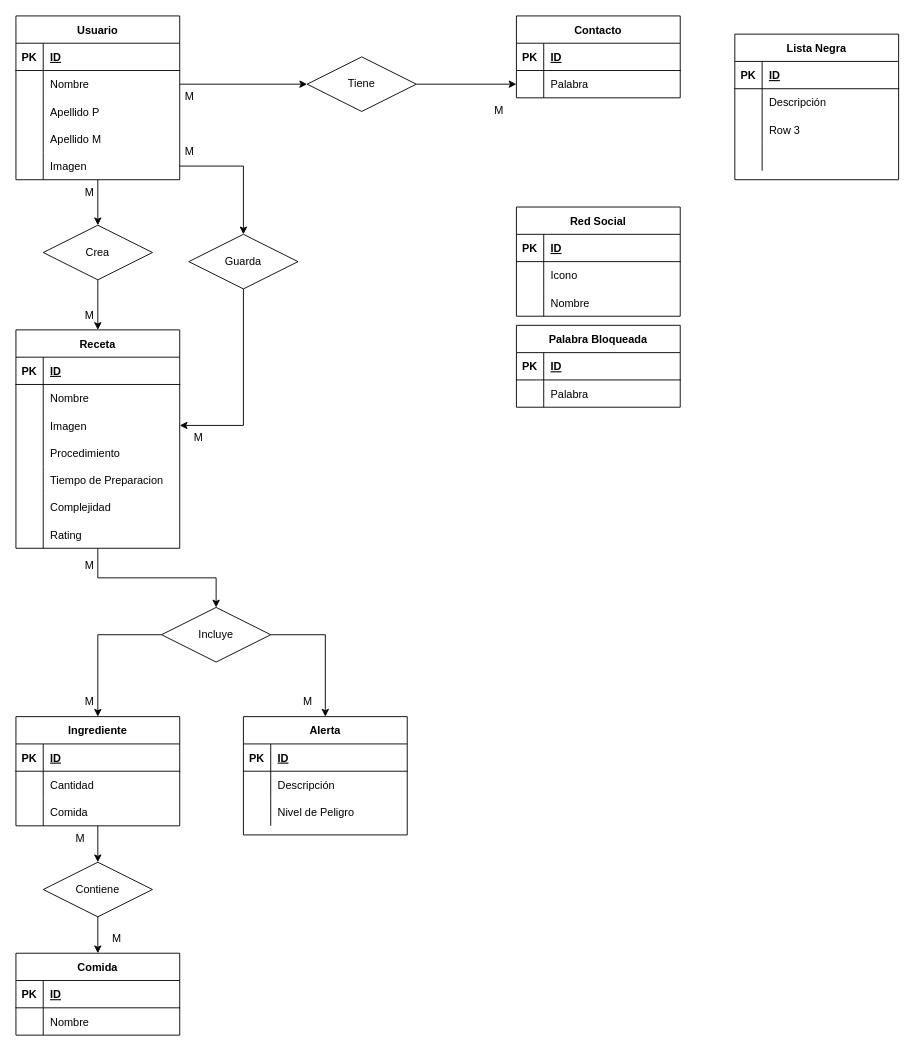
Before: SQL/DiagramaER.drawio in RafalaGarrafa/SAITO, a draw.io diagram. Source tidied: cells renumbered, new cells numbered last; positions are measured from the earlier drawing's top-left corner, leaving out a move shared by most shapes. Both pictures are drawn from the tidied source at 91%, with x=0, y=0 at pixel (15, 15).
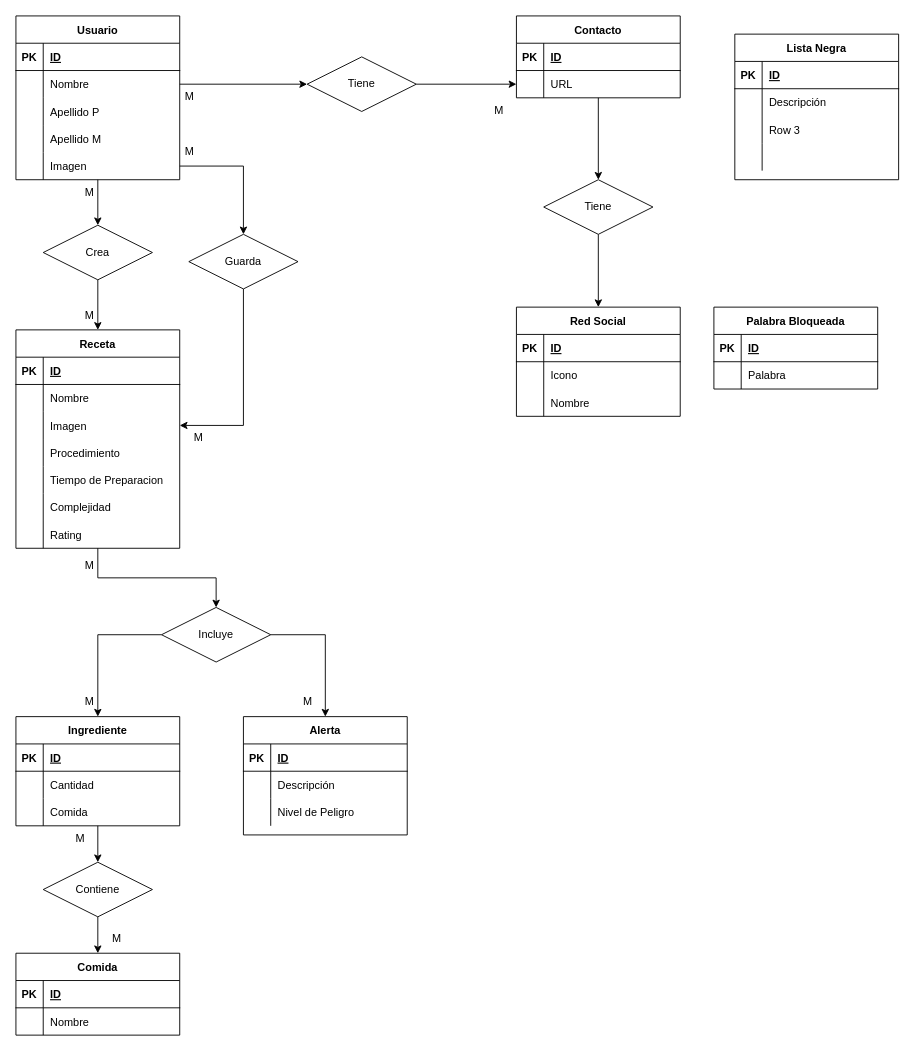
After the change.

The change refers to these unchanged cells:
```xml
<mxCell id="124" value="Contacto" style="shape=table;startSize=30;childLayout=tableLayout;rowLines=0;fontStyle=1;align=center;" parent="1" vertex="1">
  <mxGeometry x="550" width="180" height="90" as="geometry" />
</mxCell>
<mxCell id="128" style="shape=partialRectangle;fillColor=none;top=0;left=0;bottom=0;right=0;points=[[0,0.5],[1,0.5]];portConstraint=eastwest;" parent="124" vertex="1">
  <mxGeometry y="60" width="180" height="30" as="geometry" />
</mxCell>
```

Change to the diagram source:
```diff
@@
     <mxCell id="66" value="Red Social" style="shape=table;startSize=30;childLayout=tableLayout;rowLines=0;fontStyle=1;align=center;" parent="1" vertex="1">
-      <mxGeometry x="550" y="210" width="180" height="120" as="geometry" />
+      <mxGeometry x="550" y="320" width="180" height="120" as="geometry" />
     </mxCell>
@@
     <mxCell id="93" value="Palabra Bloqueada" style="shape=table;startSize=30;childLayout=tableLayout;rowLines=0;fontStyle=1;align=center;" parent="1" vertex="1">
-      <mxGeometry x="550" y="340" width="180" height="90" as="geometry" />
+      <mxGeometry x="767" y="320" width="180" height="90" as="geometry" />
     </mxCell>
@@
+    <mxCell id="131" style="edgeStyle=orthogonalEdgeStyle;rounded=0;jettySize=auto;html=1;entryX=0.5;entryY=0;entryDx=0;entryDy=0;" parent="1" edge="1" source="124" target="133">
+      <mxGeometry relative="1" as="geometry" />
+    </mxCell>
@@
-    <mxCell id="130" value="Palabra" style="shape=partialRectangle;fillColor=none;top=0;left=0;bottom=0;right=0;align=left;spacingLeft=6;overflow=hidden;" parent="128" vertex="1">
+    <mxCell id="130" value="URL" style="shape=partialRectangle;fillColor=none;top=0;left=0;bottom=0;right=0;align=left;spacingLeft=6;overflow=hidden;" parent="128" vertex="1">
       <mxGeometry x="30" width="150" height="30" as="geometry" />
     </mxCell>
+    <mxCell id="132" style="edgeStyle=orthogonalEdgeStyle;rounded=0;jettySize=auto;html=1;entryX=0.5;entryY=0;entryDx=0;entryDy=0;" parent="1" edge="1" source="133" target="66">
+      <mxGeometry relative="1" as="geometry" />
+    </mxCell>
+    <mxCell id="133" value="Tiene" style="shape=rhombus;perimeter=rhombusPerimeter;whiteSpace=wrap;html=1;align=center;" parent="1" vertex="1">
+      <mxGeometry x="580" y="180" width="120" height="60" as="geometry" />
+    </mxCell>
```
